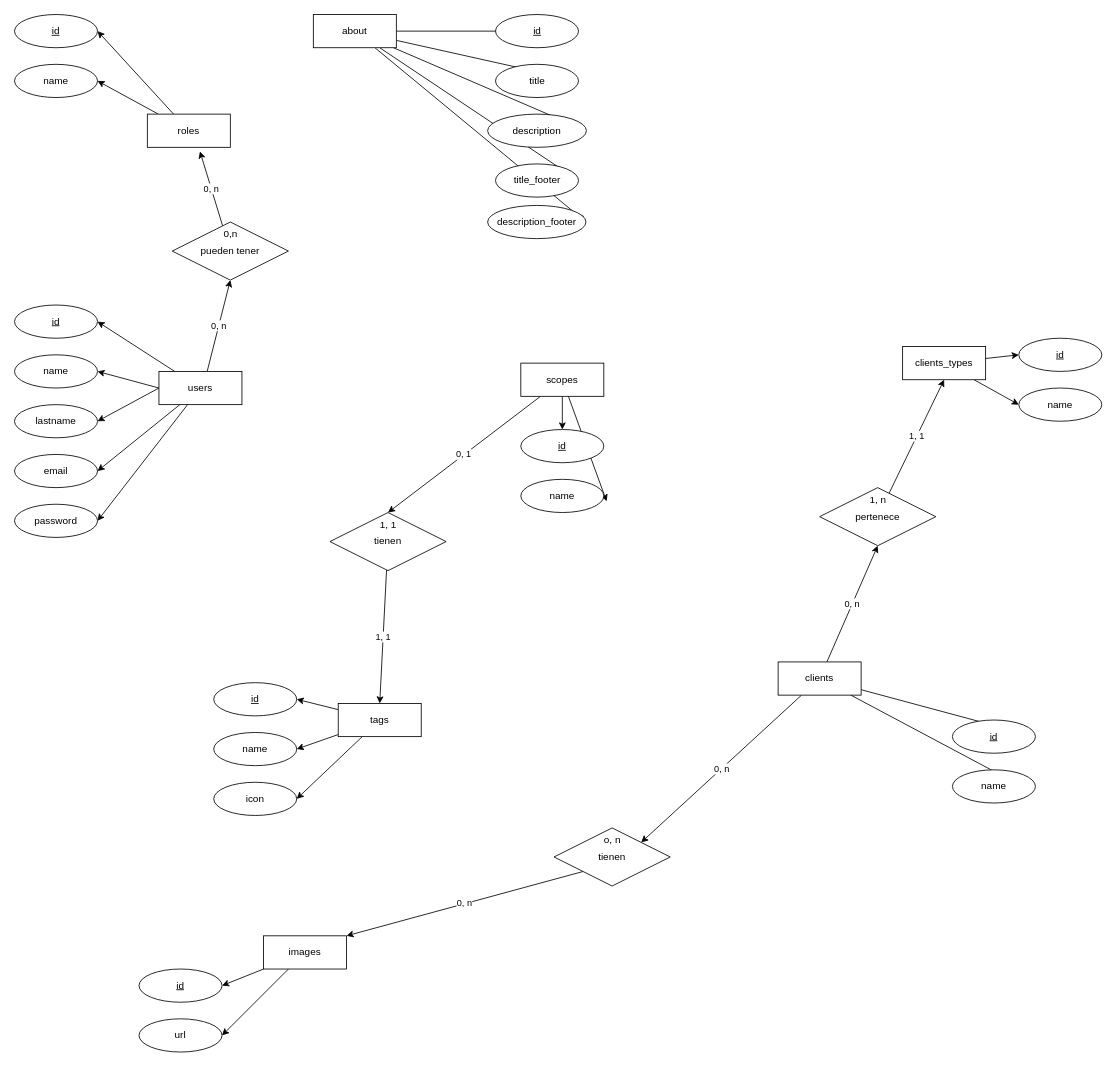
This is Diagramas/DiagramaER.drawio from alansanchez96/union_security-api, a draw.io file, before an edit. Source tidied: cells renumbered, new cells numbered last; positions are measured from the earlier drawing's top-left corner, leaving out a move shared by most shapes. Both pictures are drawn from the tidied source at 83%, with x=0, y=0 at pixel (14, 14).
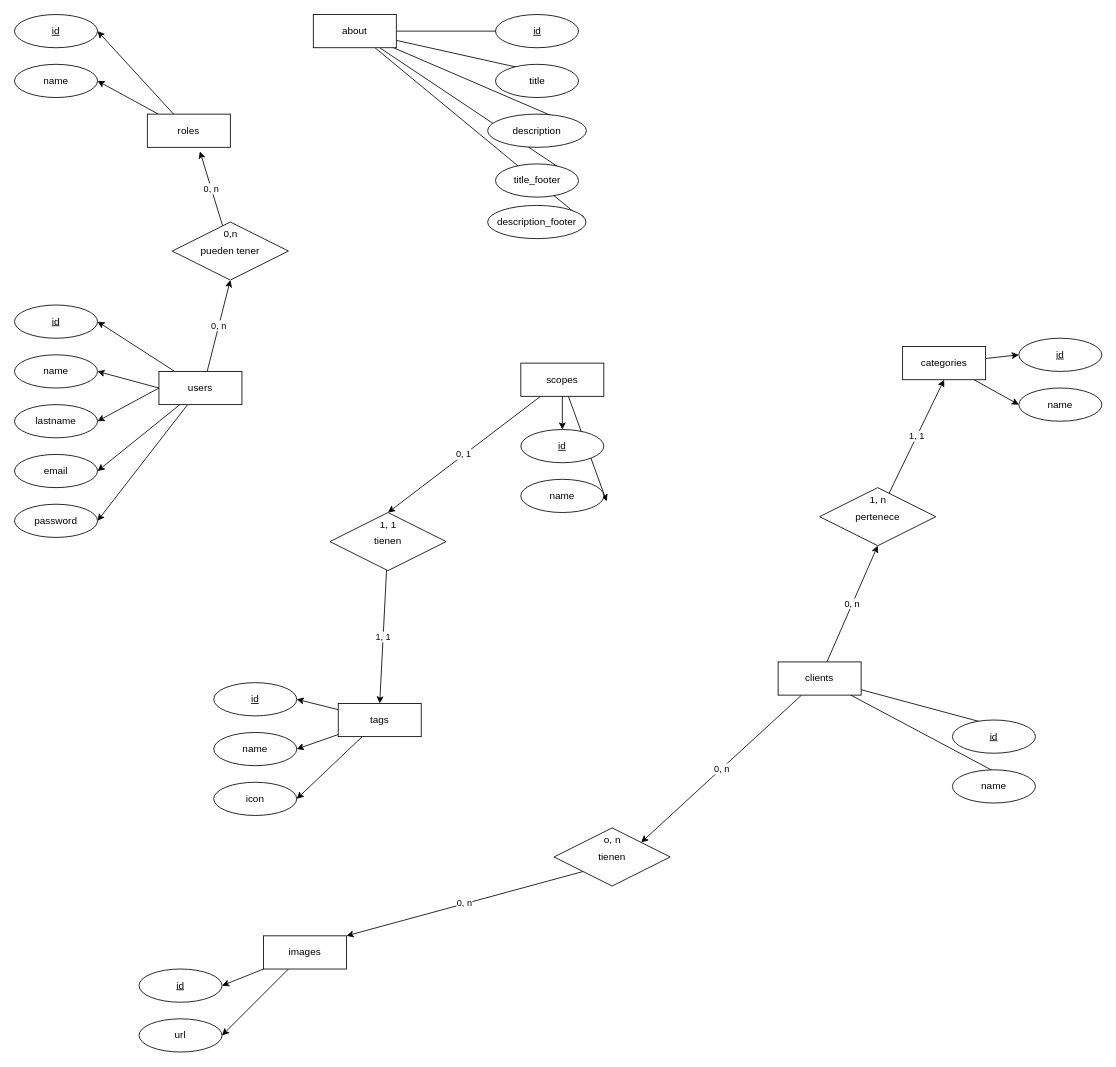
After the change.

The edit, as a diff of the source:
```diff
@@
-    <mxCell id="65" value="clients_types" style="whiteSpace=wrap;html=1;align=center;" parent="1" vertex="1">
+    <mxCell id="65" value="categories" style="whiteSpace=wrap;html=1;align=center;" parent="1" vertex="1">
       <mxGeometry x="1070" y="400" width="100" height="40" as="geometry" />
     </mxCell>
```
